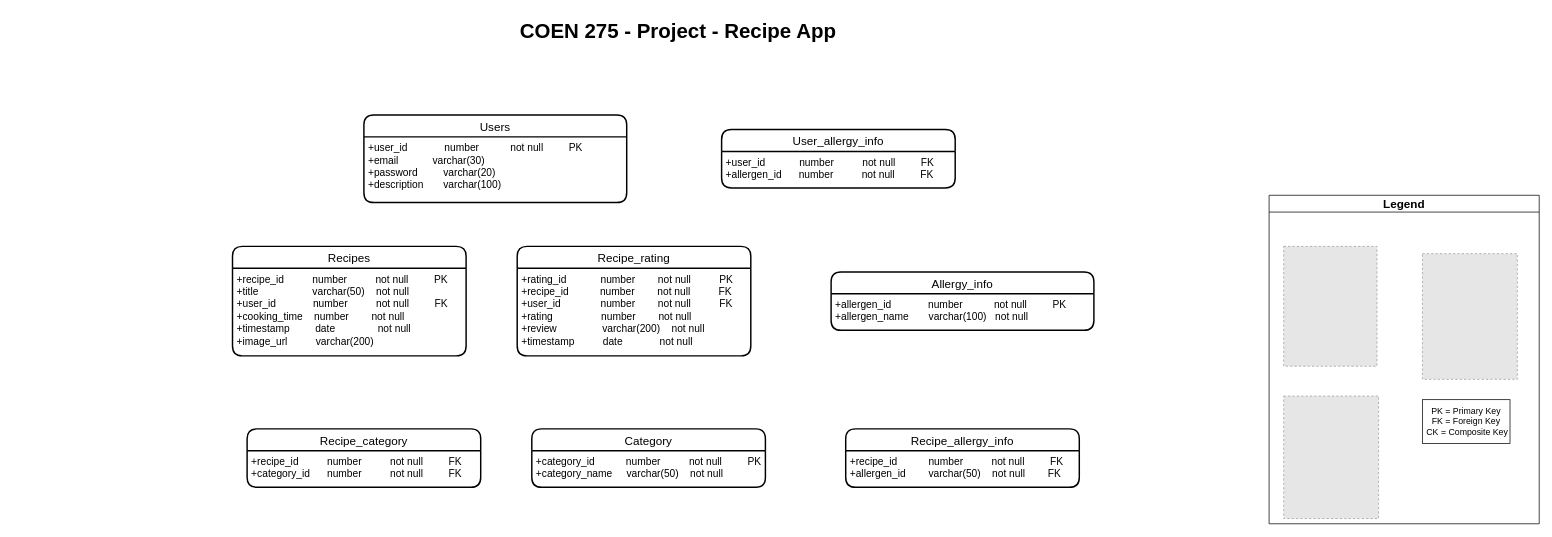
Before: DB Schema/recipe-app-schema.drawio in Ajitesh-Tamirisa/Recipe-sharing-app, a draw.io diagram. Source tidied: cells renumbered, new cells numbered last; positions are measured from the earlier drawing's top-left corner, leaving out a move shared by most shapes. Both pictures are drawn from the tidied source at 73%, with x=0, y=0 at pixel (232, 12). Pictures stored in the file or linked from it are replaced by grey dashed boxes.
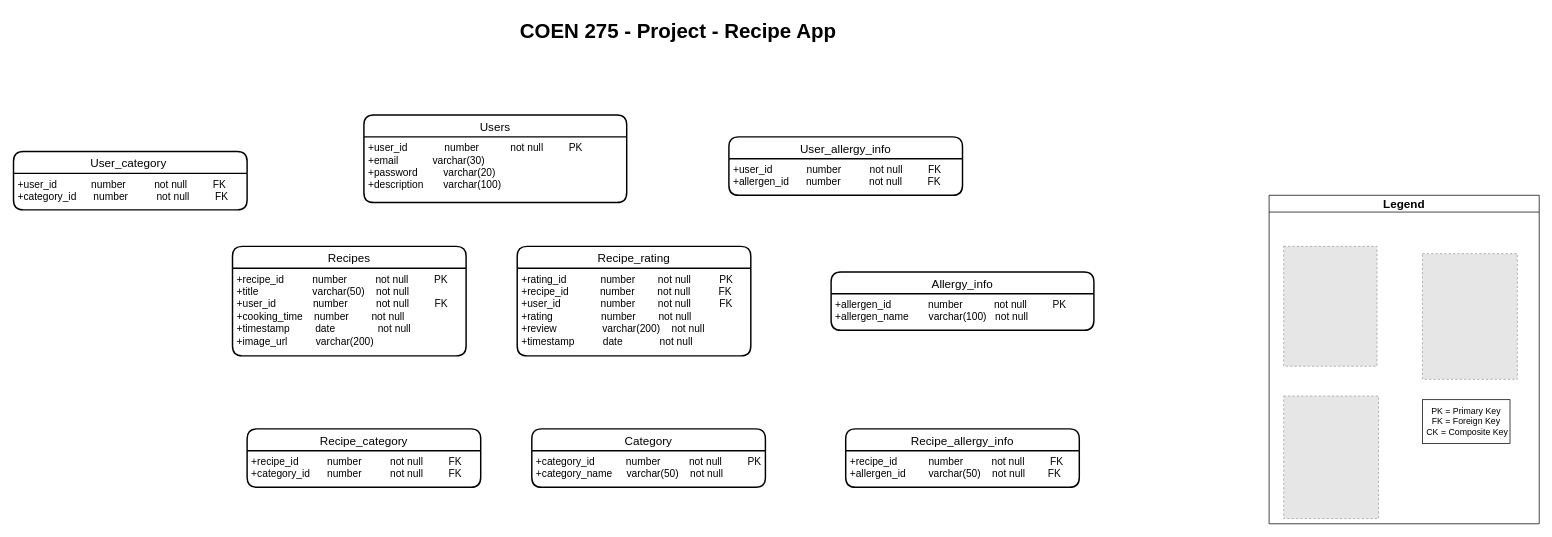
After the change.

Diff of the diagram source:
```diff
@@
-    <mxCell id="12" value="User_allergy_info" style="swimlane;horizontal=1;startSize=30;rounded=1;fontSize=16;fontStyle=0;strokeWidth=2;shadow=0;dashed=0;align=center;" parent="1" vertex="1">
-      <mxGeometry x="670" y="160" width="320" height="80" as="geometry" />
+    <mxCell id="12" value="User_category " style="swimlane;horizontal=1;startSize=30;rounded=1;fontSize=16;fontStyle=0;strokeWidth=2;shadow=0;dashed=0;align=center;" parent="1" vertex="1">
+      <mxGeometry x="-300" y="190" width="320" height="80" as="geometry" />
     </mxCell>
-    <mxCell id="13" value="+user_id            number          not null         FK&#10;+allergen_id      number          not null         FK" style="align=left;strokeColor=none;fillColor=none;spacingLeft=4;fontSize=14;verticalAlign=top;" parent="12" vertex="1">
+    <mxCell id="13" value="+user_id            number          not null         FK&#10;+category_id      number          not null         FK" style="align=left;strokeColor=none;fillColor=none;spacingLeft=4;fontSize=14;verticalAlign=top;" parent="12" vertex="1">
       <mxGeometry y="30" width="320" height="50" as="geometry" />
     </mxCell>
@@
+    <mxCell id="24" value="User_allergy_info" style="swimlane;horizontal=1;startSize=30;rounded=1;fontSize=16;fontStyle=0;strokeWidth=2;shadow=0;dashed=0;align=center;" parent="1" vertex="1">
+      <mxGeometry x="680" y="170" width="320" height="80" as="geometry" />
+    </mxCell>
+    <mxCell id="25" value="+user_id            number          not null         FK&#10;+allergen_id      number          not null         FK" style="align=left;strokeColor=none;fillColor=none;spacingLeft=4;fontSize=14;verticalAlign=top;" parent="24" vertex="1">
+      <mxGeometry y="30" width="320" height="50" as="geometry" />
+    </mxCell>
```
